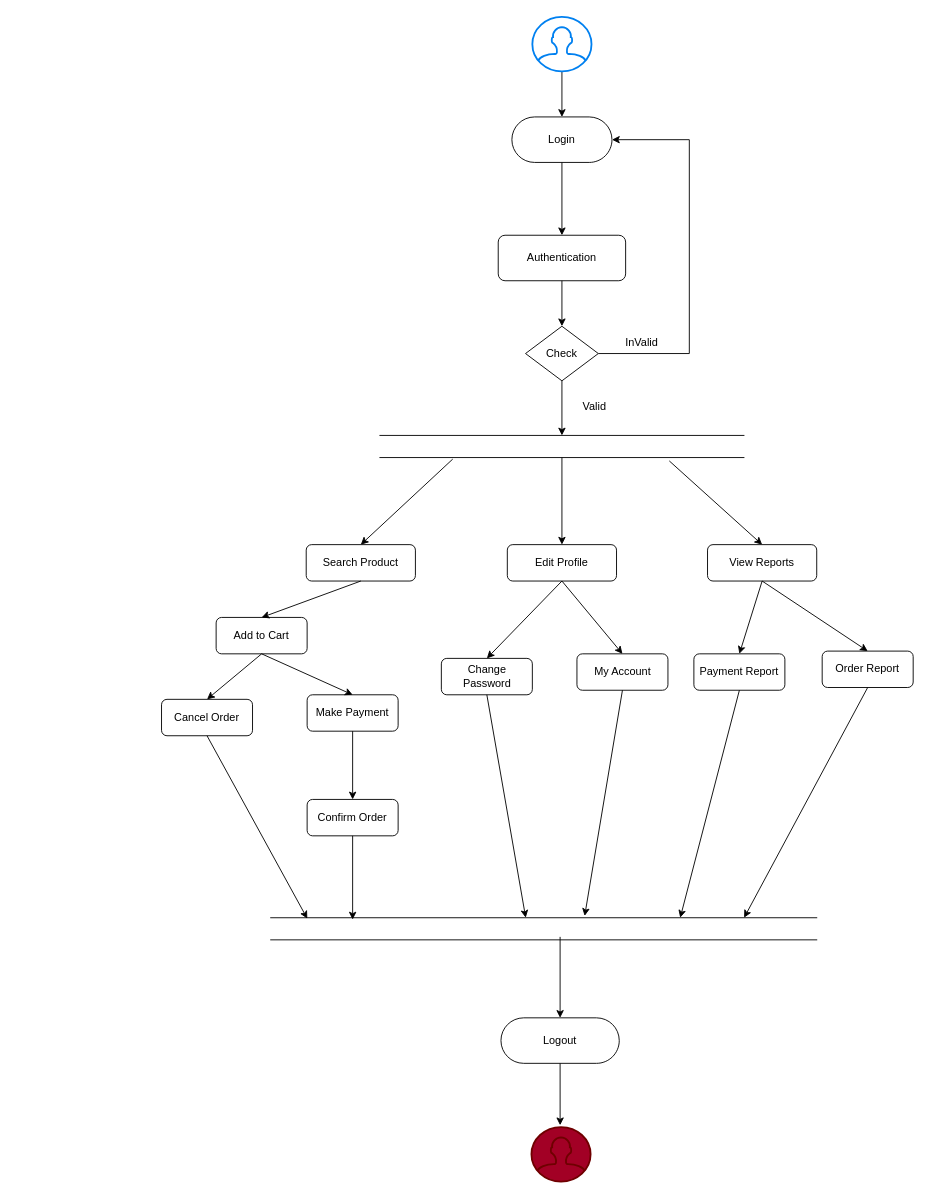
Earlier version of the draw.io diagram page "User activity Side logic" (1 of 2) of Диаграмма без названия.drawio (qosimjon123/example). Source tidied: cells renumbered, new cells numbered last; positions are measured from the earlier drawing's top-left corner, leaving out a move shared by most shapes. Both pictures are drawn from the tidied source at 91%, with x=0, y=0 at pixel (161, 16).
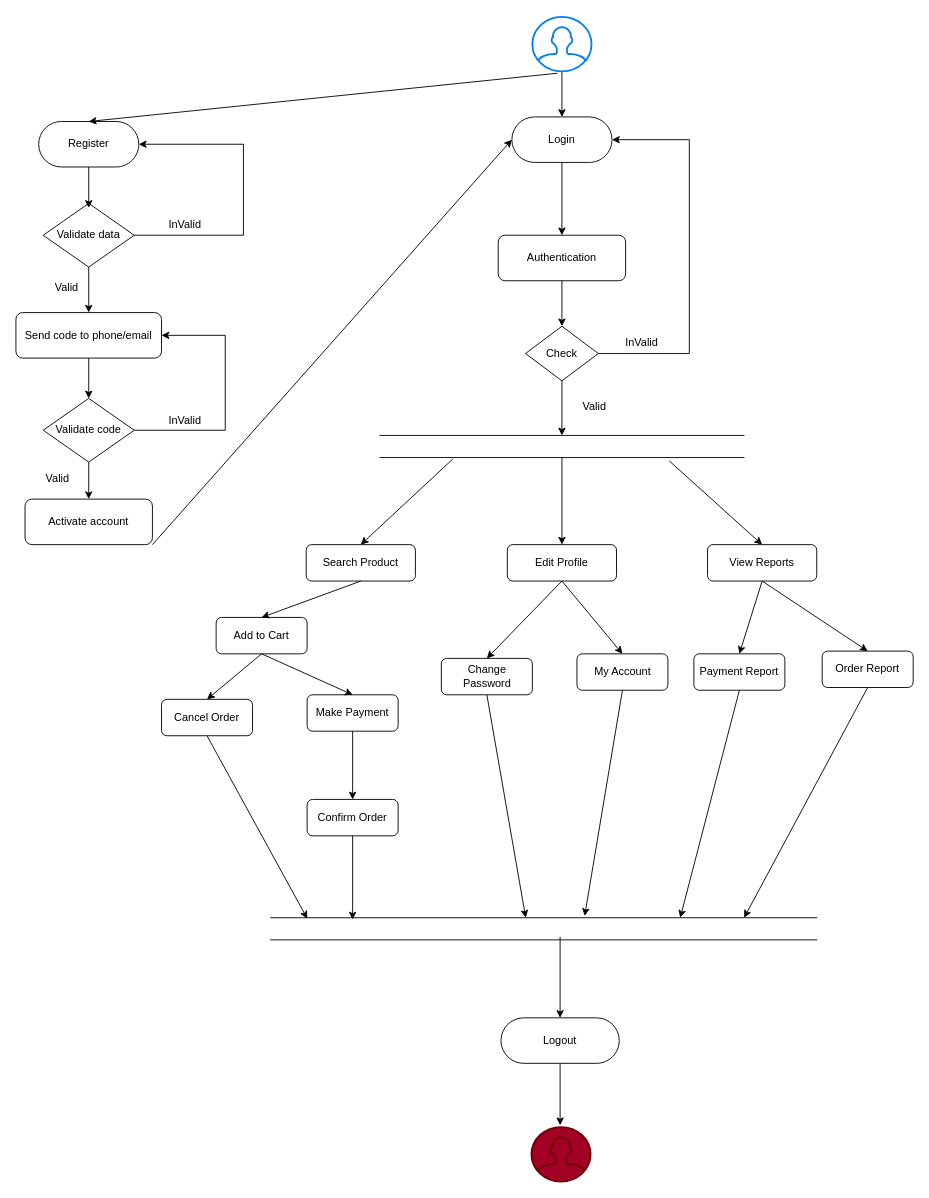
The same diagram, later.

Commit message:
Added beta Register logic for user

The change refers to these unchanged cells:
```xml
<mxCell id="2" value="Login" style="html=1;dashed=0;whiteSpace=wrap;shape=mxgraph.dfd.start;" parent="1" vertex="1">
  <mxGeometry x="385" y="110" width="110" height="50" as="geometry" />
</mxCell>
<mxCell id="11" style="html=1;verticalLabelPosition=bottom;align=center;labelBackgroundColor=#ffffff;verticalAlign=top;strokeWidth=2;strokeColor=#0080F0;shadow=0;dashed=0;shape=mxgraph.ios7.icons.user;" parent="1" vertex="1">
  <mxGeometry x="407.5" width="65" height="60" as="geometry" />
</mxCell>
```

The edit, as a diff of the source:
```diff
@@
+    <mxCell id="48" value="Register" style="html=1;dashed=0;whiteSpace=wrap;shape=mxgraph.dfd.start;" parent="1" vertex="1">
+      <mxGeometry x="-135" y="115" width="110" height="50" as="geometry" />
+    </mxCell>
+    <mxCell id="49" value="Validate data" style="rhombus;whiteSpace=wrap;fillColor=#FFFFFF;strokeColor=#000000;" parent="1" vertex="1">
+      <mxGeometry x="-130" y="205" width="100" height="70" as="geometry" />
+    </mxCell>
+    <mxCell id="50" value="Send code to phone/email" style="rounded=1;whiteSpace=wrap;fillColor=#FFFFFF;strokeColor=#000000;" parent="1" vertex="1">
+      <mxGeometry x="-160" y="325" width="160" height="50" as="geometry" />
+    </mxCell>
+    <mxCell id="51" style="edgeStyle=orthogonalEdgeStyle;rounded=0;jettySize=auto;html=1;entryX=1;entryY=0.5;entryDx=0;entryDy=0;" parent="1" edge="1" source="52" target="50">
+      <mxGeometry relative="1" as="geometry">
+        <Array as="points">
+          <mxPoint x="70" y="454" />
+          <mxPoint x="70" y="350" />
+        </Array>
+      </mxGeometry>
+    </mxCell>
+    <mxCell id="52" value="Validate code" style="rhombus;whiteSpace=wrap;fillColor=#FFFFFF;strokeColor=#000000;" parent="1" vertex="1">
+      <mxGeometry x="-130" y="419.3" width="100" height="70" as="geometry" />
+    </mxCell>
+    <mxCell id="53" value="Activate account" style="rounded=1;whiteSpace=wrap;fillColor=#FFFFFF;strokeColor=#000000;" parent="1" vertex="1">
+      <mxGeometry x="-150" y="530" width="140" height="50" as="geometry" />
+    </mxCell>
+    <mxCell id="54" style="edgeStyle=orthogonalEdgeStyle;rounded=0;jettySize=auto;html=1;exitX=1;exitY=0.5;exitDx=0;exitDy=0;entryX=1;entryY=0.5;entryDx=0;entryDy=0;entryPerimeter=0;" parent="1" edge="1" source="49" target="48">
+      <mxGeometry relative="1" as="geometry">
+        <Array as="points">
+          <mxPoint x="90" y="240" />
+          <mxPoint x="90" y="140" />
+        </Array>
+      </mxGeometry>
+    </mxCell>
+    <mxCell id="55" style="endArrow=classic;html=1;rounded=0;exitX=0.5;exitY=1;exitDx=0;exitDy=0;entryX=0.5;entryY=0;entryDx=0;entryDy=0;" parent="1" edge="1" source="49" target="50">
+      <mxGeometry relative="1" as="geometry" />
+    </mxCell>
+    <mxCell id="56" style="endArrow=classic;html=1;rounded=0;exitX=0.5;exitY=1;exitDx=0;exitDy=0;entryX=0.5;entryY=0;entryDx=0;entryDy=0;" parent="1" edge="1" source="50" target="52">
+      <mxGeometry relative="1" as="geometry" />
+    </mxCell>
+    <mxCell id="57" style="endArrow=classic;html=1;rounded=0;exitX=0.5;exitY=1;exitDx=0;exitDy=0;entryX=0.5;entryY=0;entryDx=0;entryDy=0;" parent="1" edge="1" source="52" target="53">
+      <mxGeometry relative="1" as="geometry" />
+    </mxCell>
+    <mxCell id="58" style="endArrow=classic;html=1;rounded=0;exitX=0.423;exitY=1.033;exitDx=0;exitDy=0;exitPerimeter=0;entryX=0.5;entryY=0.5;entryDx=0;entryDy=-25;entryPerimeter=0;" parent="1" edge="1" source="11" target="48">
+      <mxGeometry relative="1" as="geometry" />
+    </mxCell>
+    <mxCell id="59" style="endArrow=classic;html=1;rounded=0;exitX=1;exitY=1;exitDx=0;exitDy=0;entryX=0;entryY=0.5;entryDx=0;entryDy=0;entryPerimeter=0;" parent="1" edge="1" source="53" target="2">
+      <mxGeometry relative="1" as="geometry" />
+    </mxCell>
+    <mxCell id="60" style="endArrow=classic;html=1;rounded=0;exitX=0.5;exitY=0.5;exitDx=0;exitDy=25;exitPerimeter=0;" parent="1" edge="1" source="48">
+      <mxGeometry relative="1" as="geometry">
+        <mxPoint x="-80" y="210" as="targetPoint" />
+      </mxGeometry>
+    </mxCell>
+    <mxCell id="61" value="I&lt;span style=&quot;background-color: transparent; color: light-dark(rgb(0, 0, 0), rgb(255, 255, 255));&quot;&gt;nValid&lt;/span&gt;" style="text;html=1;align=center;verticalAlign=middle;whiteSpace=wrap;rounded=0;" parent="1" vertex="1">
+      <mxGeometry y="435.7" width="52" height="15.7" as="geometry" />
+    </mxCell>
+    <mxCell id="62" value="I&lt;span style=&quot;background-color: transparent; color: light-dark(rgb(0, 0, 0), rgb(255, 255, 255));&quot;&gt;nValid&lt;/span&gt;" style="text;html=1;align=center;verticalAlign=middle;whiteSpace=wrap;rounded=0;" parent="1" vertex="1">
+      <mxGeometry y="220" width="52" height="15.7" as="geometry" />
+    </mxCell>
+    <mxCell id="63" value="Valid" style="text;html=1;align=center;verticalAlign=middle;whiteSpace=wrap;rounded=0;" parent="1" vertex="1">
+      <mxGeometry x="-140" y="500" width="52" height="15.7" as="geometry" />
+    </mxCell>
+    <mxCell id="64" value="Valid" style="text;html=1;align=center;verticalAlign=middle;whiteSpace=wrap;rounded=0;" parent="1" vertex="1">
+      <mxGeometry x="-130" y="290" width="52" height="15.7" as="geometry" />
+    </mxCell>
```
